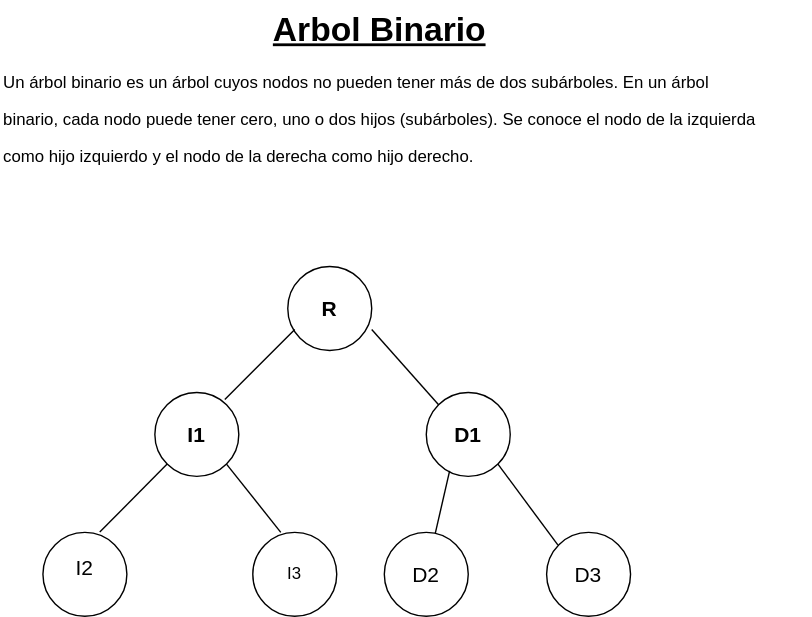
Nordcode-cyber/Algoritmos-Estructdatos keeps this draw.io diagram as Estructura-de-datos/Arboles/Arbol-binario.drawio.svg. Above is the earlier version. Source tidied: cells renumbered, new cells last; positions are measured from the earlier drawing's top-left corner, leaving out a move shared by most shapes.
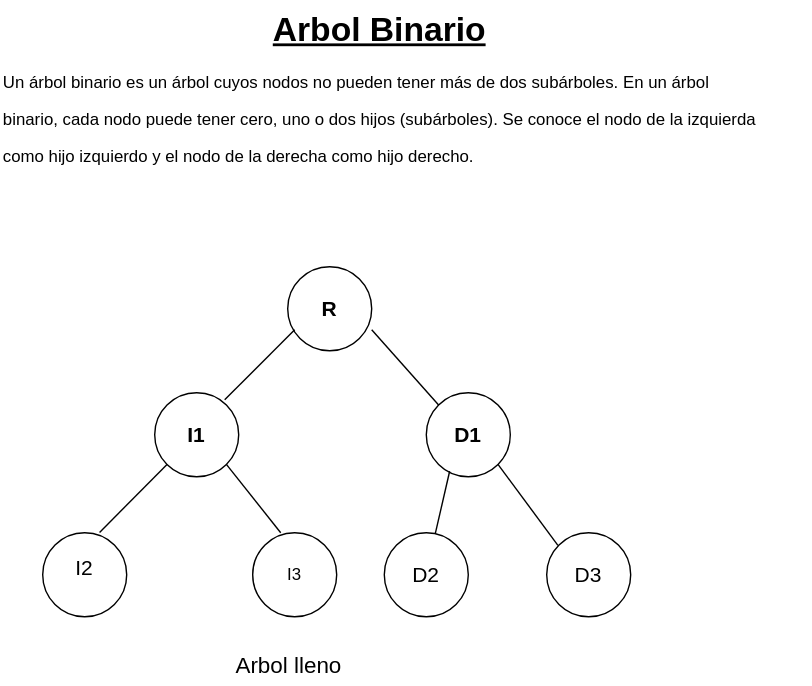
Above is the later version.

What changed in the source:
```diff
@@ -72,5 +72,8 @@
     <mxCell id="22" value="&lt;font style=&quot;font-size: 15px;&quot;&gt;D3&lt;/font&gt;" style="text;html=1;align=center;verticalAlign=middle;whiteSpace=wrap;rounded=0;" parent="1" vertex="1">
       <mxGeometry x="390" y="395" width="60" height="30" as="geometry" />
     </mxCell>
+    <mxCell id="23" value="&lt;font style=&quot;font-size: 16px; color: light-dark(rgb(0, 0, 0), rgb(0, 255, 128));&quot;&gt;Arbol lleno&lt;/font&gt;" style="text;html=1;align=center;verticalAlign=middle;whiteSpace=wrap;rounded=0;" parent="1" vertex="1">
+      <mxGeometry x="138" y="460" width="136" height="30" as="geometry" />
+    </mxCell>
   </root>
 </mxGraphModel>
```
